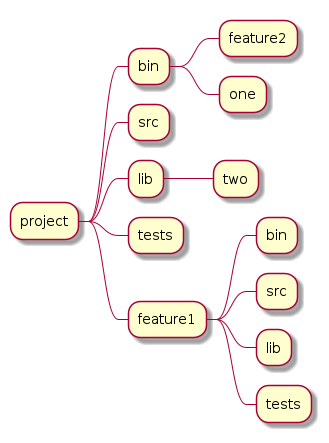
doovis/project_manager keeps this PlantUML diagram as project/text.png. Above is the earlier version.
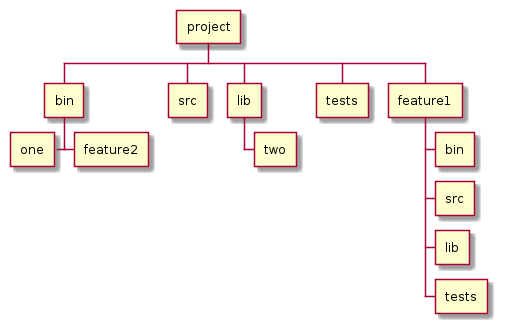
The same file after the commit.

Change to the diagram source:
```diff
@@ -1,8 +1,8 @@
-@startmindmap
+@startwbs
 * project
 ** bin
 *** feature2
-*** one
+++- one
 ** src
 ** lib
 *** two
@@ -12,4 +12,4 @@
 *** src
 *** lib
 *** tests
-@endmindmap
+@endwbs
```
